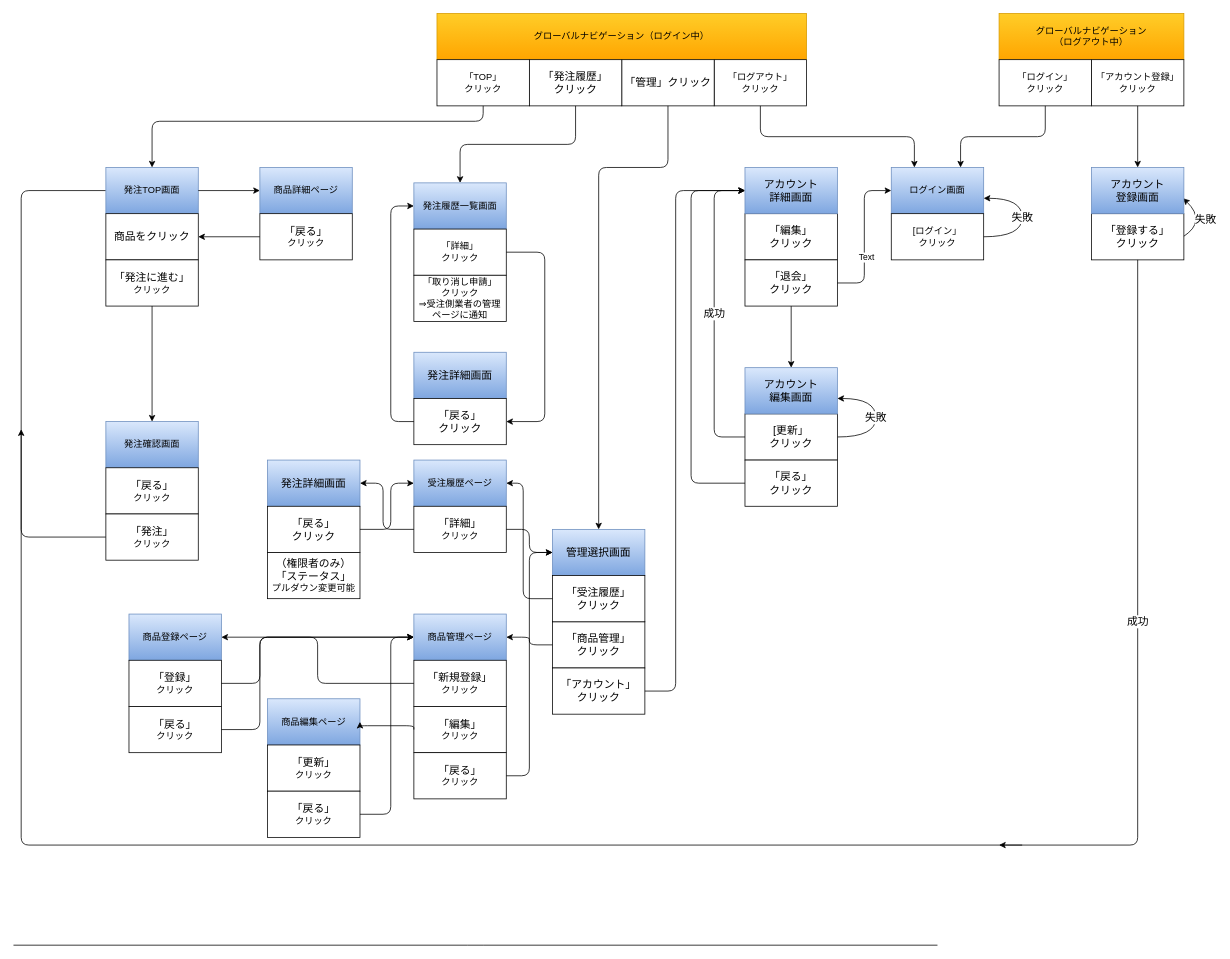
Above: screen_transition3.drawio in ushimedia/catalog_task_3 (draw.io), before the change. Source tidied: cells renumbered, new cells numbered last; positions are measured from the earlier drawing's top-left corner, leaving out a move shared by most shapes. Both pictures are drawn from the tidied source at 77%, with x=0, y=0 at pixel (13, 13).
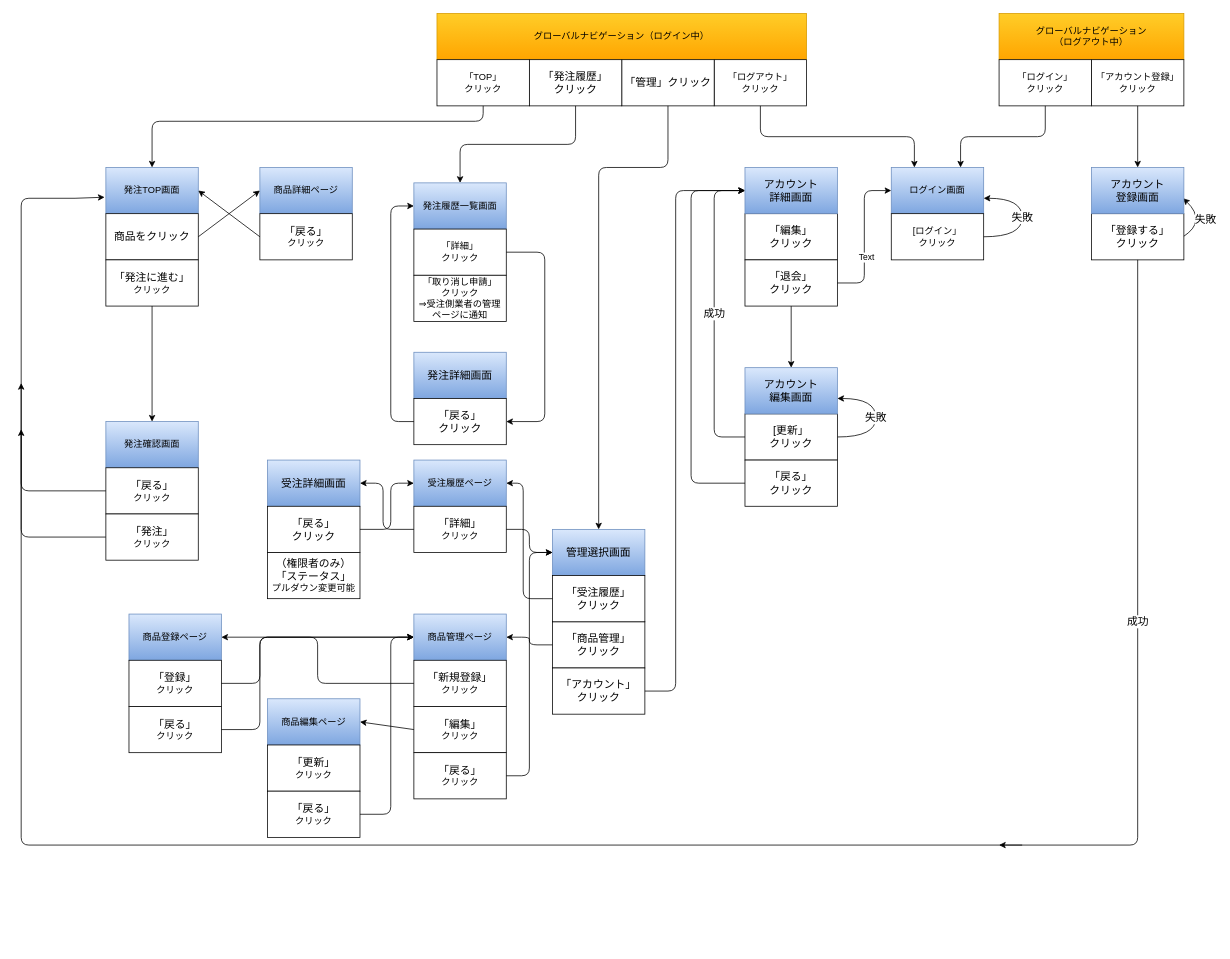
Above is the later version.

Unchanged cells that the change refers to:
```xml
<mxCell id="10" value="発注TOP画面" style="rounded=0;whiteSpace=wrap;html=1;fillColor=#dae8fc;gradientColor=#7ea6e0;strokeColor=#6c8ebf;" parent="1" vertex="1">
  <mxGeometry x="120" y="200" width="120" height="60" as="geometry" />
</mxCell>
<mxCell id="11" value="&lt;span style=&quot;font-size: 14px&quot;&gt;商品をクリック&lt;/span&gt;" style="rounded=0;whiteSpace=wrap;html=1;" parent="1" vertex="1">
  <mxGeometry x="120" y="260" width="120" height="60" as="geometry" />
</mxCell>
<mxCell id="53" value="&lt;span style=&quot;font-size: 14px&quot;&gt;「戻る」&lt;br&gt;&lt;/span&gt;クリック" style="rounded=0;whiteSpace=wrap;html=1;" parent="1" vertex="1">
  <mxGeometry x="320" y="260" width="120" height="60" as="geometry" />
</mxCell>
<mxCell id="64" value="&lt;span style=&quot;font-size: 14px&quot;&gt;「編集」&lt;br&gt;&lt;/span&gt;クリック" style="rounded=0;whiteSpace=wrap;html=1;" parent="1" vertex="1">
  <mxGeometry x="520" y="900" width="120" height="60" as="geometry" />
</mxCell>
<mxCell id="71" value="商品編集ページ" style="rounded=0;whiteSpace=wrap;html=1;fillColor=#dae8fc;gradientColor=#7ea6e0;strokeColor=#6c8ebf;" parent="1" vertex="1">
  <mxGeometry x="330" y="890" width="120" height="60" as="geometry" />
</mxCell>
```

What changed in the source:
```diff
@@
-    <mxCell id="2" style="edgeStyle=elbowEdgeStyle;elbow=horizontal;endArrow=none;html=1;fontSize=14;" parent="1" edge="1">
-      <mxGeometry relative="1" as="geometry">
-        <mxPoint x="1200" y="1210" as="sourcePoint" />
-        <mxPoint y="1210" as="targetPoint" />
-      </mxGeometry>
-    </mxCell>
-    <mxCell id="3" style="edgeStyle=elbowEdgeStyle;elbow=horizontal;endArrow=none;html=1;fontSize=14;entryX=0;entryY=0.5;entryDx=0;entryDy=0;startArrow=none;" parent="1" edge="1" target="10">
+    <mxCell id="3" style="edgeStyle=elbowEdgeStyle;elbow=horizontal;endArrow=none;html=1;fontSize=14;startArrow=none;" parent="1" edge="1">
       <mxGeometry relative="1" as="geometry">
         <mxPoint x="1310" y="1080" as="sourcePoint" />
+        <mxPoint x="80" y="240" as="targetPoint" />
         <Array as="points">
+          <mxPoint x="10" y="700" />
+          <mxPoint y="250" />
           <mxPoint x="10" y="460" />
         </Array>
       </mxGeometry>
     </mxCell>
@@
-    <mxCell id="54" style="endArrow=classic;html=1;exitX=1;exitY=0.5;exitDx=0;exitDy=0;" parent="1" edge="1" source="10">
+    <mxCell id="54" style="endArrow=classic;html=1;exitX=1;exitY=0.5;exitDx=0;exitDy=0;" parent="1" edge="1" source="11">
       <mxGeometry relative="1" as="geometry">
         <mxPoint x="320" y="230" as="targetPoint" />
       </mxGeometry>
     </mxCell>
-    <mxCell id="55" style="endArrow=classic;html=1;exitX=0;exitY=0.5;exitDx=0;exitDy=0;entryX=1;entryY=0.5;entryDx=0;entryDy=0;" parent="1" edge="1" source="53" target="11">
+    <mxCell id="55" style="endArrow=classic;html=1;exitX=0;exitY=0.5;exitDx=0;exitDy=0;entryX=1;entryY=0.5;entryDx=0;entryDy=0;" parent="1" edge="1" source="53" target="10">
       <mxGeometry relative="1" as="geometry" />
     </mxCell>
@@
-    <mxCell id="74" style="edgeStyle=elbowEdgeStyle;elbow=vertical;endArrow=classic;html=1;exitX=0;exitY=0.5;exitDx=0;exitDy=0;entryX=1;entryY=0.5;entryDx=0;entryDy=0;" parent="1" edge="1" source="64" target="71">
-      <mxGeometry relative="1" as="geometry" />
-    </mxCell>
@@
-    <mxCell id="76" value="発注詳細画面" style="rounded=0;whiteSpace=wrap;html=1;fontSize=14;fillColor=#dae8fc;gradientColor=#7ea6e0;strokeColor=#6c8ebf;" parent="1" vertex="1">
+    <mxCell id="76" value="受注詳細画面" style="rounded=0;whiteSpace=wrap;html=1;fontSize=14;fillColor=#dae8fc;gradientColor=#7ea6e0;strokeColor=#6c8ebf;" parent="1" vertex="1">
       <mxGeometry x="330" y="580" width="120" height="60" as="geometry" />
     </mxCell>
@@
+    <mxCell id="74" style="endArrow=classic;html=1;entryX=1;entryY=0.5;entryDx=0;entryDy=0;exitX=0;exitY=0.5;exitDx=0;exitDy=0;" parent="1" edge="1" source="64" target="71">
+      <mxGeometry relative="1" as="geometry" />
+    </mxCell>
+    <mxCell id="87" style="endArrow=classic;html=1;entryX=-0.014;entryY=0.644;entryDx=0;entryDy=0;entryPerimeter=0;" parent="1" edge="1" target="10">
+      <mxGeometry relative="1" as="geometry">
+        <mxPoint x="80" y="240" as="sourcePoint" />
+      </mxGeometry>
+    </mxCell>
+    <mxCell id="88" style="edgeStyle=segmentEdgeStyle;endArrow=classic;html=1;exitX=0;exitY=0.5;exitDx=0;exitDy=0;" parent="1" edge="1">
+      <mxGeometry relative="1" as="geometry">
+        <mxPoint x="120" y="620" as="sourcePoint" />
+        <mxPoint x="10" y="480" as="targetPoint" />
+      </mxGeometry>
+    </mxCell>
```
